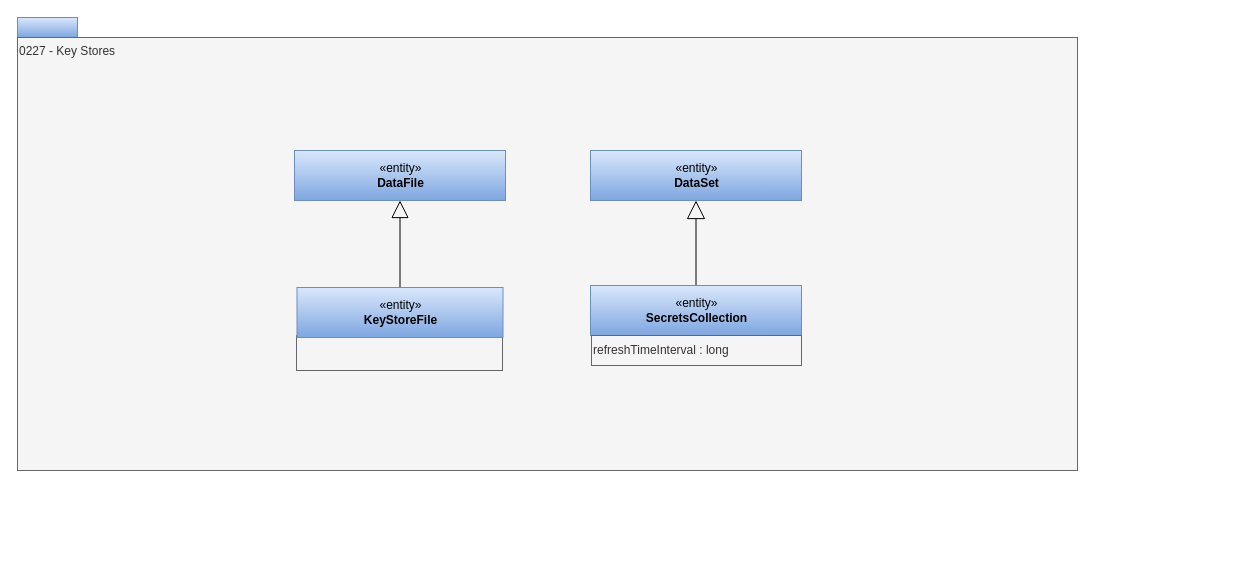
The draw.io diagram page "0227-Keystores" (17 of 26) of site/docs/types/2/area-2-assets.drawio in odpi/egeria-docs, before the edit. Source tidied: cells renumbered, new cells numbered last; positions are measured from the earlier drawing's top-left corner, leaving out a move shared by most shapes. Both pictures are drawn from the tidied source at 100%, with x=0, y=0 at pixel (17, 17).
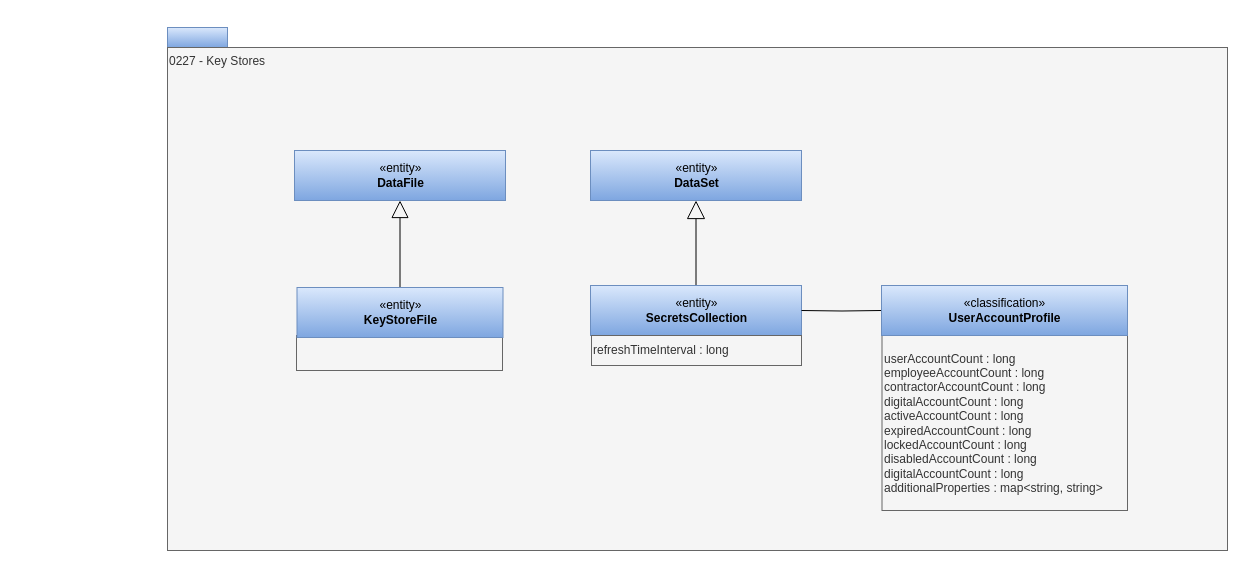
After the change.

What changed in the source:
```diff
@@
 <mxGraphModel>
   <root>
     <mxCell id="0" />
     <mxCell id="1" parent="0" />
     <mxCell id="2" style="rounded=0;whiteSpace=wrap;html=1;align=left;fillColor=#dae8fc;strokeColor=#6c8ebf;gradientColor=#7ea6e0;" parent="1" vertex="1">
-      <mxGeometry width="60" height="20" as="geometry" />
+      <mxGeometry x="150" y="10" width="60" height="20" as="geometry" />
     </mxCell>
     <mxCell id="3" value="0227 - Key Stores" style="rounded=0;whiteSpace=wrap;html=1;align=left;verticalAlign=top;fillColor=#f5f5f5;fontColor=#333333;strokeColor=#666666;" parent="1" vertex="1">
-      <mxGeometry y="20" width="1060" height="433" as="geometry" />
+      <mxGeometry x="150" y="30" width="1060" height="503" as="geometry" />
     </mxCell>
     <mxCell id="4" style="edgeStyle=orthogonalEdgeStyle;rounded=0;jettySize=auto;html=1;exitX=0.5;exitY=0;exitDx=0;exitDy=0;endArrow=block;endFill=0;endSize=16;" parent="1" edge="1" source="5" target="7">
       <mxGeometry relative="1" as="geometry" />
     </mxCell>
     <mxCell id="5" value="«entity»&lt;br&gt;&lt;b&gt;SecretsCollection&lt;/b&gt;" style="html=1;strokeColor=#6c8ebf;align=center;fillColor=#dae8fc;gradientColor=#7ea6e0;" parent="1" vertex="1">
       <mxGeometry x="573" y="268" width="211" height="50" as="geometry" />
     </mxCell>
     <mxCell id="6" value="refreshTimeInterval : long" style="rounded=0;whiteSpace=wrap;html=1;strokeColor=#666666;align=left;fillColor=#f5f5f5;fontColor=#333333;" parent="1" vertex="1">
       <mxGeometry x="574" y="318" width="210" height="30" as="geometry" />
     </mxCell>
     <mxCell id="7" value="«entity»&lt;br&gt;&lt;b&gt;DataSet&lt;/b&gt;" style="html=1;strokeColor=#6c8ebf;align=center;fillColor=#dae8fc;gradientColor=#7ea6e0;" parent="1" vertex="1">
       <mxGeometry x="573" y="133" width="211" height="50" as="geometry" />
     </mxCell>
     <mxCell id="8" style="rounded=0;whiteSpace=wrap;html=1;strokeColor=#666666;align=left;fillColor=#f5f5f5;fontColor=#333333;" parent="1" vertex="1">
       <mxGeometry x="279" y="318" width="206" height="35" as="geometry" />
     </mxCell>
     <mxCell id="9" style="edgeStyle=orthogonalEdgeStyle;rounded=0;jettySize=auto;html=1;exitX=0.5;exitY=0;exitDx=0;exitDy=0;endArrow=block;endFill=0;endSize=15;" parent="1" edge="1" source="10" target="11">
       <mxGeometry relative="1" as="geometry" />
     </mxCell>
     <mxCell id="10" value="«entity»&lt;br&gt;&lt;b&gt;KeyStoreFile&lt;/b&gt;" style="html=1;strokeColor=#6c8ebf;align=center;fillColor=#dae8fc;gradientColor=#7ea6e0;" parent="1" vertex="1">
       <mxGeometry x="279.5" y="270" width="206" height="50" as="geometry" />
     </mxCell>
     <mxCell id="11" value="«entity»&lt;br&gt;&lt;b&gt;DataFile&lt;/b&gt;" style="html=1;strokeColor=#6c8ebf;align=center;fillColor=#dae8fc;gradientColor=#7ea6e0;" parent="1" vertex="1">
       <mxGeometry x="277" y="133" width="211" height="50" as="geometry" />
     </mxCell>
+    <mxCell id="12" style="edgeStyle=orthogonalEdgeStyle;rounded=0;jettySize=auto;html=1;exitX=1;exitY=0.5;exitDx=0;exitDy=0;entryX=0;entryY=0.5;entryDx=0;entryDy=0;endArrow=none;endFill=0;" parent="1" edge="1" target="14">
+      <mxGeometry relative="1" as="geometry">
+        <mxPoint x="784" y="293" as="sourcePoint" />
+      </mxGeometry>
+    </mxCell>
+    <mxCell id="13" value="userAccountCount : long&lt;br&gt;employeeAccountCount : long&lt;div&gt;contractorAccountCount : long&lt;/div&gt;&lt;div&gt;digitalAccountCount : long&lt;/div&gt;&lt;div&gt;activeAccountCount : long&lt;/div&gt;&lt;div&gt;expiredAccountCount : long&lt;/div&gt;&lt;div&gt;lockedAccountCount : long&lt;/div&gt;&lt;div&gt;d&lt;span style=&quot;background-color: transparent; color: light-dark(rgb(51, 51, 51), rgb(193, 193, 193));&quot;&gt;i&lt;/span&gt;&lt;span style=&quot;background-color: transparent; color: light-dark(rgb(51, 51, 51), rgb(193, 193, 193));&quot;&gt;s&lt;/span&gt;&lt;span style=&quot;background-color: transparent; color: light-dark(rgb(51, 51, 51), rgb(193, 193, 193));&quot;&gt;abledAccountCount : long&lt;/span&gt;&lt;/div&gt;&lt;div&gt;digitalAccountCount : long&lt;br&gt;additionalProperties : map&amp;lt;string, string&amp;gt;&lt;/div&gt;" style="rounded=0;whiteSpace=wrap;html=1;strokeColor=#666666;align=left;fillColor=#f5f5f5;fontColor=#333333;" parent="1" vertex="1">
+      <mxGeometry x="864.5" y="318" width="245.5" height="175" as="geometry" />
+    </mxCell>
+    <mxCell id="14" value="«classification»&lt;br&gt;&lt;b&gt;UserAccountProfile&lt;/b&gt;" style="html=1;strokeColor=#6c8ebf;align=center;fillColor=#dae8fc;gradientColor=#7ea6e0;" parent="1" vertex="1">
+      <mxGeometry x="864" y="268" width="246" height="50" as="geometry" />
+    </mxCell>
   </root>
 </mxGraphModel>
```
